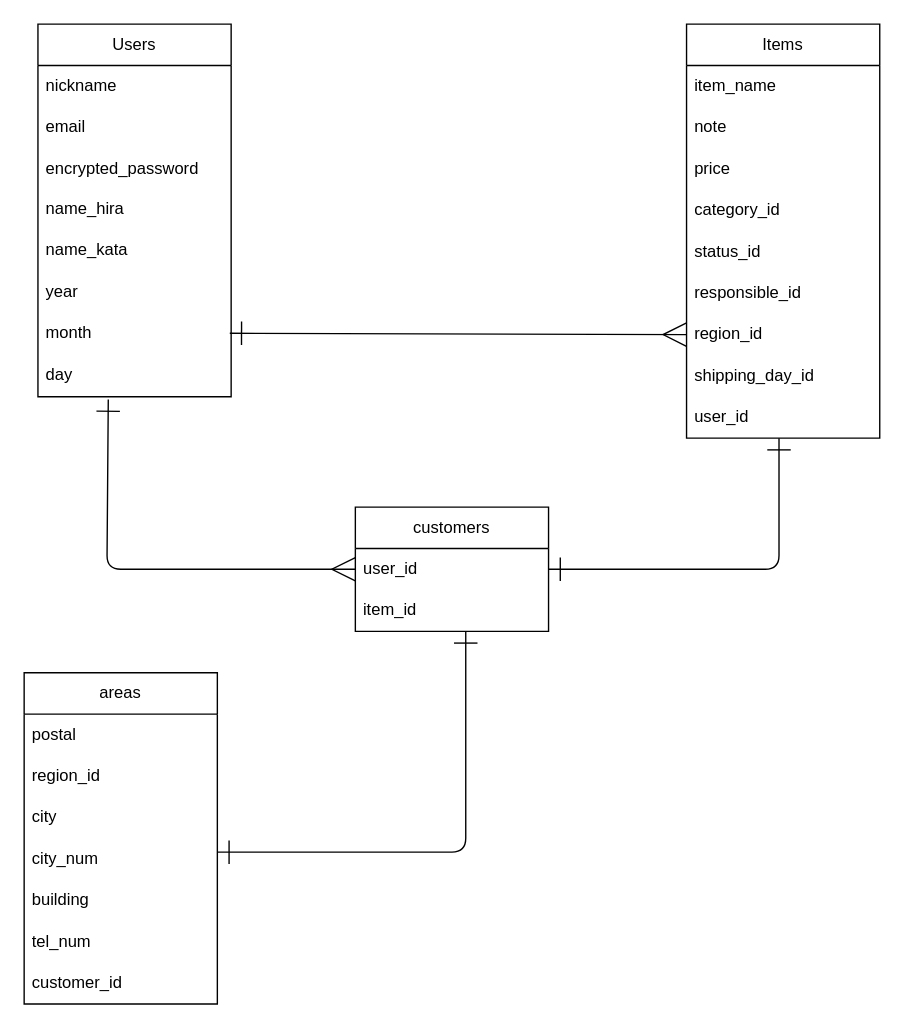
Before: furima.dio in Toshiki-Ichi/furima-41548, a draw.io diagram. Source tidied: cells renumbered, new cells numbered last; positions are measured from the earlier drawing's top-left corner, leaving out a move shared by most shapes. Both pictures are drawn from the tidied source at 138%, with x=0, y=0 at pixel (23, 23).
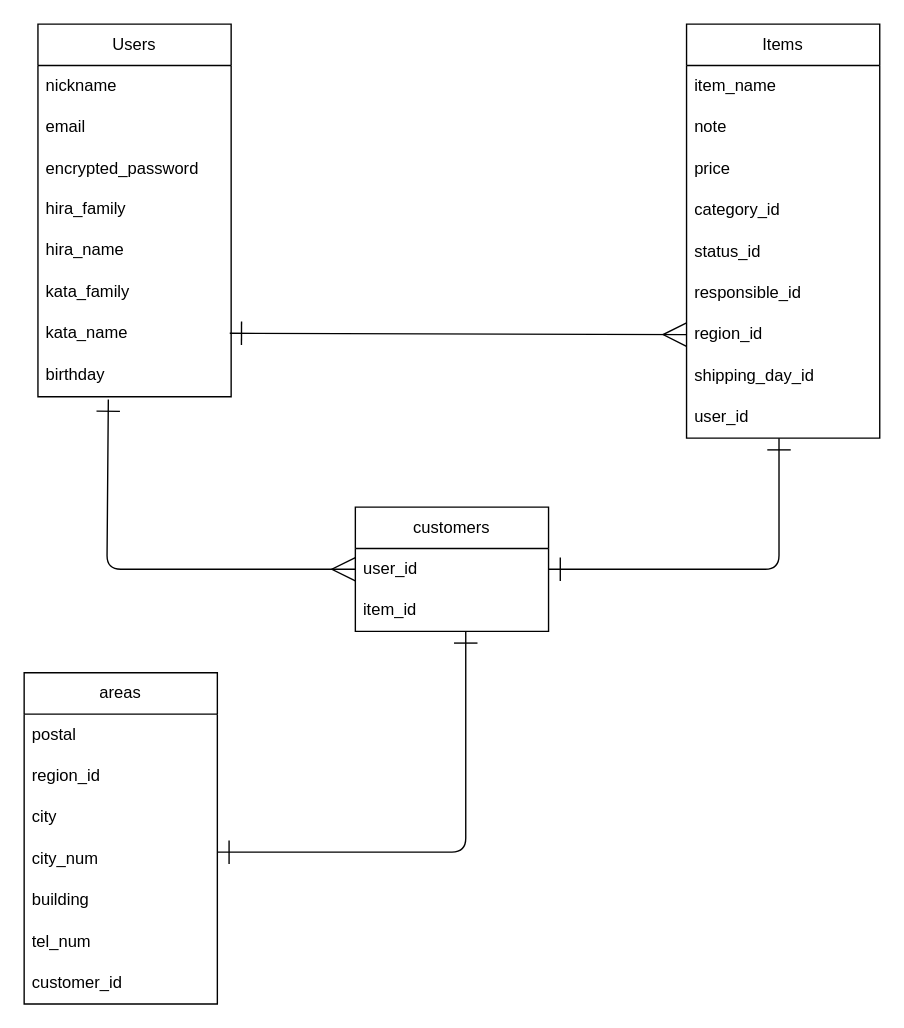
After the change.

Commit message (it also covers changes not shown here):
データベース設計　修正3

Unchanged cells that the change refers to:
```xml
<mxCell id="2" value="Users" style="swimlane;fontStyle=0;horizontal=1;startSize=30;whiteSpace=wrap;html=1;" parent="1" vertex="1">
  <mxGeometry x="10" width="140" height="270" as="geometry" />
</mxCell>
<mxCell id="18" value="region_id" style="text;strokeColor=none;fillColor=none;align=left;verticalAlign=middle;spacingLeft=4;spacingRight=4;overflow=hidden;points=[[0,0.5],[1,0.5]];portConstraint=eastwest;whiteSpace=wrap;html=1;" parent="11" vertex="1">
  <mxGeometry y="210" width="140" height="30" as="geometry" />
</mxCell>
<mxCell id="22" value="user_id" style="text;strokeColor=none;fillColor=none;align=left;verticalAlign=middle;spacingLeft=4;spacingRight=4;overflow=hidden;points=[[0,0.5],[1,0.5]];portConstraint=eastwest;whiteSpace=wrap;html=1;" parent="21" vertex="1">
  <mxGeometry y="30" width="140" height="30" as="geometry" />
</mxCell>
```

What changed in the source:
```diff
@@
+    <mxCell id="36" value="hira_family" style="text;strokeColor=none;fillColor=none;spacingLeft=4;spacingRight=4;overflow=hidden;fontSize=12;" parent="2" vertex="1">
+      <mxGeometry y="120" width="140" height="30" as="geometry" />
+    </mxCell>
-    <mxCell id="6" value="name_hira" style="text;strokeColor=none;fillColor=none;spacingLeft=4;spacingRight=4;overflow=hidden;fontSize=12;" parent="2" vertex="1">
-      <mxGeometry y="120" width="140" height="30" as="geometry" />
+    <mxCell id="6" value="hira_name" style="text;strokeColor=none;fillColor=none;spacingLeft=4;spacingRight=4;overflow=hidden;fontSize=12;" parent="2" vertex="1">
+      <mxGeometry y="150" width="140" height="30" as="geometry" />
     </mxCell>
+    <mxCell id="37" value="kata_family" style="text;strokeColor=none;fillColor=none;spacingLeft=4;spacingRight=4;overflow=hidden;fontSize=12;" parent="2" vertex="1">
+      <mxGeometry y="180" width="140" height="30" as="geometry" />
+    </mxCell>
-    <mxCell id="7" value="name_kata" style="text;strokeColor=none;fillColor=none;spacingLeft=4;spacingRight=4;overflow=hidden;fontSize=12;" parent="2" vertex="1">
-      <mxGeometry y="150" width="140" height="30" as="geometry" />
+    <mxCell id="7" value="kata_name" style="text;strokeColor=none;fillColor=none;spacingLeft=4;spacingRight=4;overflow=hidden;fontSize=12;" parent="2" vertex="1">
+      <mxGeometry y="210" width="140" height="30" as="geometry" />
     </mxCell>
-    <mxCell id="8" value="year" style="text;strokeColor=none;fillColor=none;spacingLeft=4;spacingRight=4;overflow=hidden;fontSize=12;" parent="2" vertex="1">
-      <mxGeometry y="180" width="140" height="30" as="geometry" />
+    <mxCell id="8" value="birthday" style="text;strokeColor=none;fillColor=none;spacingLeft=4;spacingRight=4;overflow=hidden;fontSize=12;" parent="2" vertex="1">
+      <mxGeometry y="240" width="140" height="30" as="geometry" />
     </mxCell>
-    <mxCell id="9" value="month" style="text;strokeColor=none;fillColor=none;spacingLeft=4;spacingRight=4;overflow=hidden;points=[[0,0.5],[1,0.5]];portConstraint=eastwest;fontSize=12;" parent="2" vertex="1">
-      <mxGeometry y="210" width="140" height="30" as="geometry" />
-    </mxCell>
-    <mxCell id="10" value="day" style="text;strokeColor=none;fillColor=none;spacingLeft=4;spacingRight=4;overflow=hidden;points=[[0,0.5],[1,0.5]];portConstraint=eastwest;fontSize=12;" parent="2" vertex="1">
-      <mxGeometry y="240" width="140" height="30" as="geometry" />
-    </mxCell>
@@
-    <mxCell id="32" style="endArrow=ERmany;html=1;exitX=0.993;exitY=0.467;exitDx=0;exitDy=0;entryX=0;entryY=0.5;entryDx=0;entryDy=0;strokeWidth=1;startArrow=ERone;startFill=0;endFill=0;targetPerimeterSpacing=0;endSize=15;startSize=15;exitPerimeter=0;" parent="1" edge="1" source="9" target="18">
-      <mxGeometry relative="1" as="geometry" />
+    <mxCell id="32" style="endArrow=ERmany;html=1;exitX=0.993;exitY=0.467;exitDx=0;exitDy=0;entryX=0;entryY=0.5;entryDx=0;entryDy=0;strokeWidth=1;startArrow=ERone;startFill=0;endFill=0;targetPerimeterSpacing=0;endSize=15;startSize=15;exitPerimeter=0;" parent="1" edge="1" target="18">
+      <mxGeometry relative="1" as="geometry">
+        <mxPoint x="149" y="224" as="sourcePoint" />
+      </mxGeometry>
     </mxCell>
@@
-    <mxCell id="34" style="endArrow=ERone;html=1;exitX=0;exitY=0.5;exitDx=0;exitDy=0;startArrow=ERmany;startFill=0;endFill=0;endSize=15;startSize=15;entryX=0.364;entryY=1.067;entryDx=0;entryDy=0;entryPerimeter=0;" parent="1" edge="1" source="22" target="10">
+    <mxCell id="34" style="endArrow=ERone;html=1;exitX=0;exitY=0.5;exitDx=0;exitDy=0;startArrow=ERmany;startFill=0;endFill=0;endSize=15;startSize=15;entryX=0.364;entryY=1.067;entryDx=0;entryDy=0;entryPerimeter=0;" parent="1" edge="1" source="22">
       <mxGeometry relative="1" as="geometry">
+        <mxPoint x="61" y="272" as="targetPoint" />
         <Array as="points">
           <mxPoint x="60" y="395" />
         </Array>
       </mxGeometry>
     </mxCell>
```
